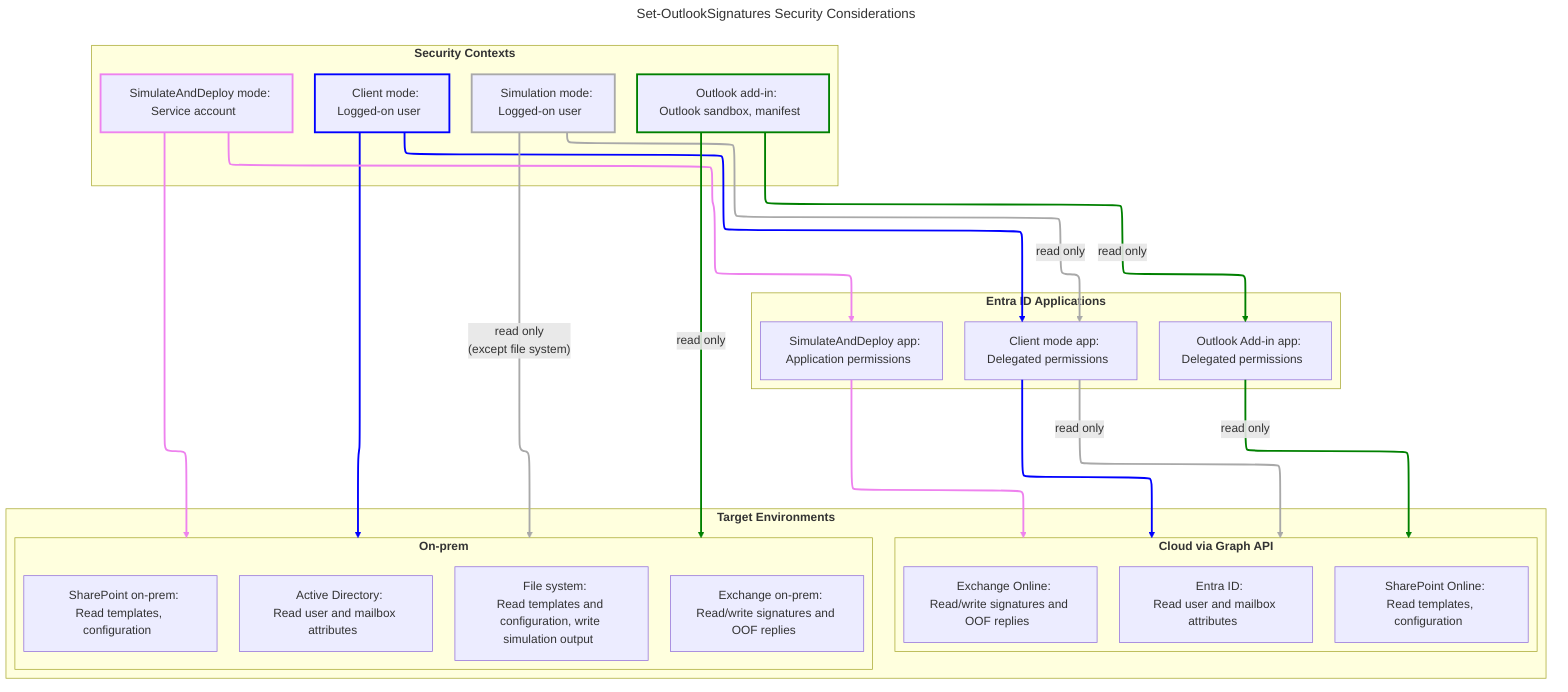
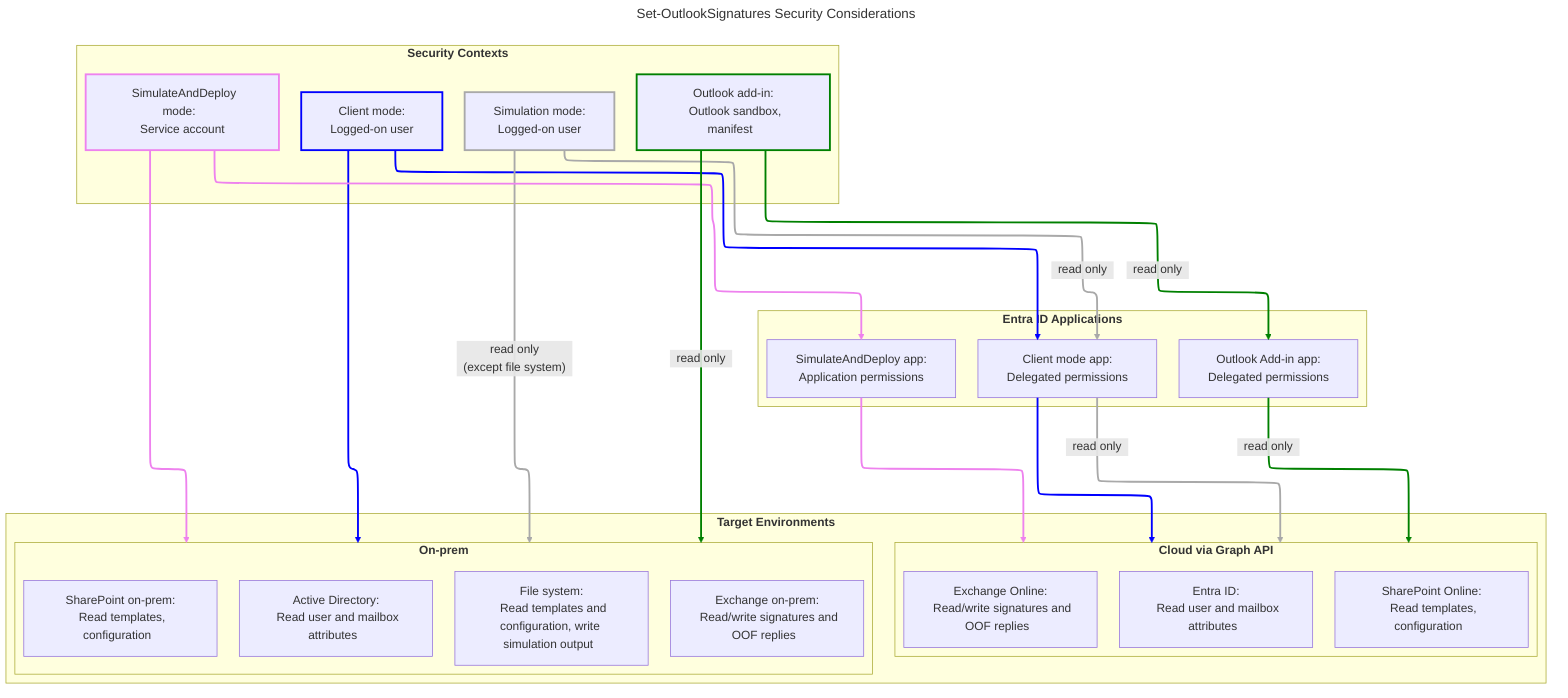
---
title: Set-OutlookSignatures Security Considerations
config:
  layout: elk
---
flowchart TB
  subgraph Contexts ["&nbsp;&nbsp;<b>Security Contexts</b>&nbsp;&nbsp;"]
-     UserCtx["&nbsp;&nbsp;Client mode:<br>Logged-on user&nbsp;&nbsp;"]
-     SimulateCtx["&nbsp;&nbsp;Simulation mode:<br>Logged-on user&nbsp;&nbsp;"]
-     SvcCtx["&nbsp;&nbsp;SimulateAndDeploy mode:<br>Service account&nbsp;&nbsp;"]
-     AddInCtx["&nbsp;&nbsp;Outlook add-in:<br>Outlook sandbox, manifest&nbsp;&nbsp;"]
+     UserCtx["&nbsp;&nbsp;Client mode:&nbsp;&nbsp;<br>&nbsp;&nbsp;Logged-on user&nbsp;&nbsp;"]
+     SimulateCtx["&nbsp;&nbsp;Simulation mode:&nbsp;&nbsp;<br>&nbsp;&nbsp;Logged-on user&nbsp;&nbsp;"]
+     SvcCtx["&nbsp;&nbsp;SimulateAndDeploy mode:&nbsp;&nbsp;<br>&nbsp;&nbsp;Service account&nbsp;&nbsp;"]
+     AddInCtx["&nbsp;&nbsp;Outlook add-in:&nbsp;&nbsp;<br>&nbsp;&nbsp;Outlook sandbox, manifest&nbsp;&nbsp;"]
  end

  subgraph EntraApps ["&nbsp;&nbsp;<b>Entra ID Applications</b>&nbsp;&nbsp;"]
-     ClientApp["&nbsp;&nbsp;Client mode app:<br>Delegated permissions&nbsp;&nbsp;"]
-     DeployApp["&nbsp;&nbsp;SimulateAndDeploy app:<br>Application permissions&nbsp;&nbsp;"]
-     AddInApp["&nbsp;&nbsp;Outlook Add-in app:<br>Delegated permissions&nbsp;&nbsp;"]
+     ClientApp["&nbsp;&nbsp;Client mode app:&nbsp;&nbsp;<br>&nbsp;&nbsp;Delegated permissions&nbsp;&nbsp;"]
+     DeployApp["&nbsp;&nbsp;SimulateAndDeploy app:&nbsp;&nbsp;<br>&nbsp;&nbsp;Application permissions&nbsp;&nbsp;"]
+     AddInApp["&nbsp;&nbsp;Outlook Add-in app:&nbsp;&nbsp;<br>&nbsp;&nbsp;Delegated permissions&nbsp;&nbsp;"]
  end

  subgraph Targets ["&nbsp;&nbsp;<b>Target Environments</b>&nbsp;&nbsp;"]
    subgraph onprem ["&nbsp;&nbsp;<b>On-prem</b>&nbsp;&nbsp;"]
-       ActiveDirectory["&nbsp;&nbsp;Active Directory:<br>Read user and mailbox attributes&nbsp;&nbsp;"]
-       File["&nbsp;&nbsp;File system:<br>Read templates and configuration, write simulation output&nbsp;&nbsp;"]
-       SharePointOnprem["&nbsp;&nbsp;SharePoint on-prem:<br>Read templates, configuration&nbsp;&nbsp;"]
-       ExchangeOnprem["&nbsp;&nbsp;Exchange on-prem:<br>Read/write signatures and OOF replies&nbsp;&nbsp;"]
+       ActiveDirectory["&nbsp;&nbsp;Active Directory:&nbsp;&nbsp;<br>&nbsp;&nbsp;Read user and mailbox attributes&nbsp;&nbsp;"]
+       File["&nbsp;&nbsp;File system:&nbsp;&nbsp;<br>&nbsp;&nbsp;Read templates and configuration, write simulation output&nbsp;&nbsp;"]
+       SharePointOnprem["&nbsp;&nbsp;SharePoint on-prem:&nbsp;&nbsp;<br>&nbsp;&nbsp;Read templates, configuration&nbsp;&nbsp;"]
+       ExchangeOnprem["&nbsp;&nbsp;Exchange on-prem:&nbsp;&nbsp;<br>&nbsp;&nbsp;Read/write signatures and OOF replies&nbsp;&nbsp;"]
    end

    subgraph cloud ["&nbsp;&nbsp;<b>Cloud via Graph API</b>&nbsp;&nbsp;"]
-       EntraID["&nbsp;&nbsp;Entra ID:<br>Read user and mailbox attributes&nbsp;&nbsp;"]
-       SharePointOnline["&nbsp;&nbsp;SharePoint Online:<br>Read templates, configuration&nbsp;&nbsp;"]
-       ExchangeOnline["&nbsp;&nbsp;Exchange Online:<br>Read/write signatures and OOF replies&nbsp;&nbsp;"]
+       EntraID["&nbsp;&nbsp;Entra ID:&nbsp;&nbsp;<br>&nbsp;&nbsp;Read user and mailbox attributes&nbsp;&nbsp;"]
+       SharePointOnline["&nbsp;&nbsp;SharePoint Online:&nbsp;&nbsp;<br>&nbsp;&nbsp;Read templates, configuration&nbsp;&nbsp;"]
+       ExchangeOnline["&nbsp;&nbsp;Exchange Online:&nbsp;&nbsp;<br>&nbsp;&nbsp;Read/write signatures and OOF replies&nbsp;&nbsp;"]
    end
  end

  UserCtx --> onprem
  UserCtx --> ClientApp
  ClientApp --> cloud

-   SimulateCtx --> |"read only<br>(except file system)"| onprem
-   SimulateCtx --> |"read only"| ClientApp --> |"read only"| cloud
+   SimulateCtx --> |"&nbsp;&nbsp;read only&nbsp;&nbsp;<br>&nbsp;&nbsp;(except file system)&nbsp;&nbsp;"| onprem
+   SimulateCtx --> |"&nbsp;&nbsp;read only&nbsp;&nbsp;"| ClientApp --> |"&nbsp;&nbsp;read only&nbsp;&nbsp;"| cloud

  SvcCtx --> onprem
  SvcCtx --> DeployApp
  DeployApp --> cloud

-   AddInCtx --> |"read only"| AddInApp
-   AddInCtx --> |"read only"| onprem
-   AddInApp --> |"read only"| cloud
+   AddInCtx --> |"&nbsp;&nbsp;read only&nbsp;&nbsp;"| AddInApp
+   AddInCtx --> |"&nbsp;&nbsp;read only&nbsp;&nbsp;"| onprem
+   AddInApp --> |"&nbsp;&nbsp;read only&nbsp;&nbsp;"| cloud

  style UserCtx stroke:blue,stroke-width:2.5px
  style SimulateCtx stroke:darkgrey,stroke-width:2.5px
  style SvcCtx stroke:violet,stroke-width:2.5px
  style AddInCtx stroke:green,stroke-width:2.5px

  linkStyle 0,1,2 stroke:blue, stroke-width:2.5px
  linkStyle 3,4,5 stroke:darkgrey, stroke-width:2.5px
  linkStyle 6,7,8 stroke:violet, stroke-width:2.5px
  linkStyle 9,10,11 stroke:green, stroke-width:2.5px